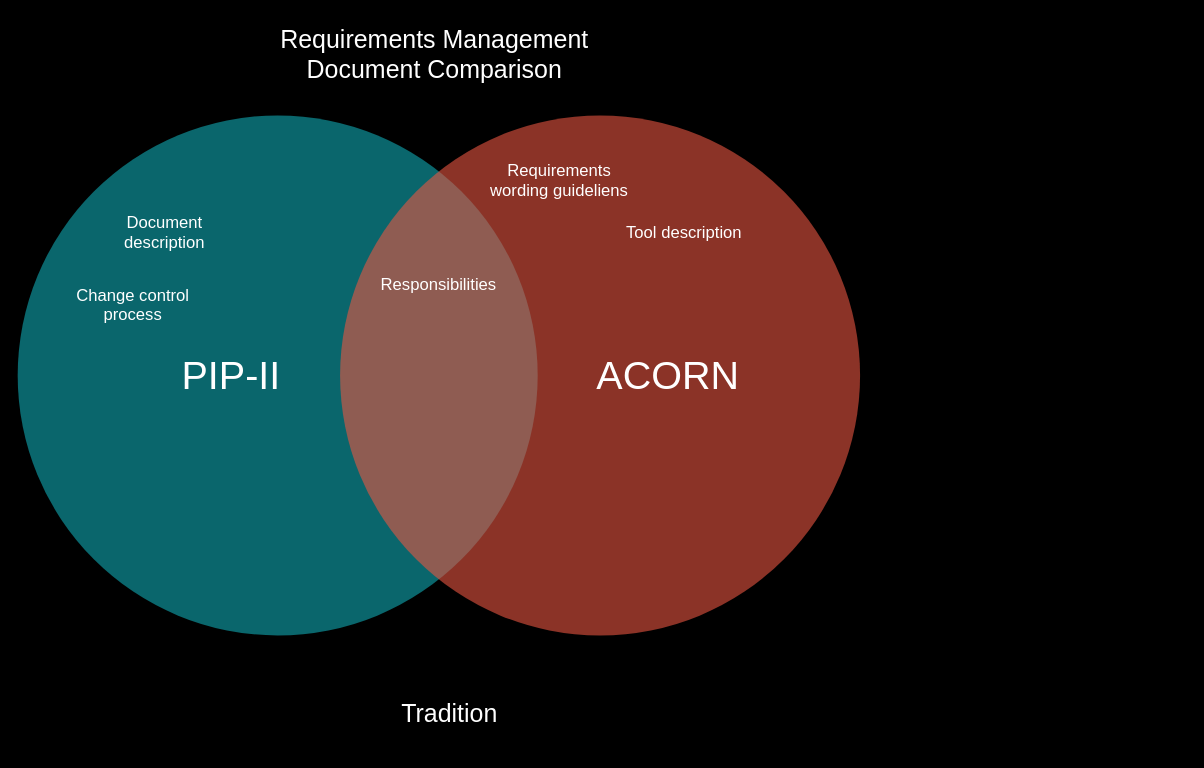
Before: requirements_management_comparison.drawio in awattsFNAL/Drawings, a draw.io diagram. Source tidied: cells renumbered, new cells numbered last; positions are measured from the earlier drawing's top-left corner, leaving out a move shared by most shapes. Both pictures are drawn from the tidied source at 104%, with x=0, y=0 at pixel (18, 18).
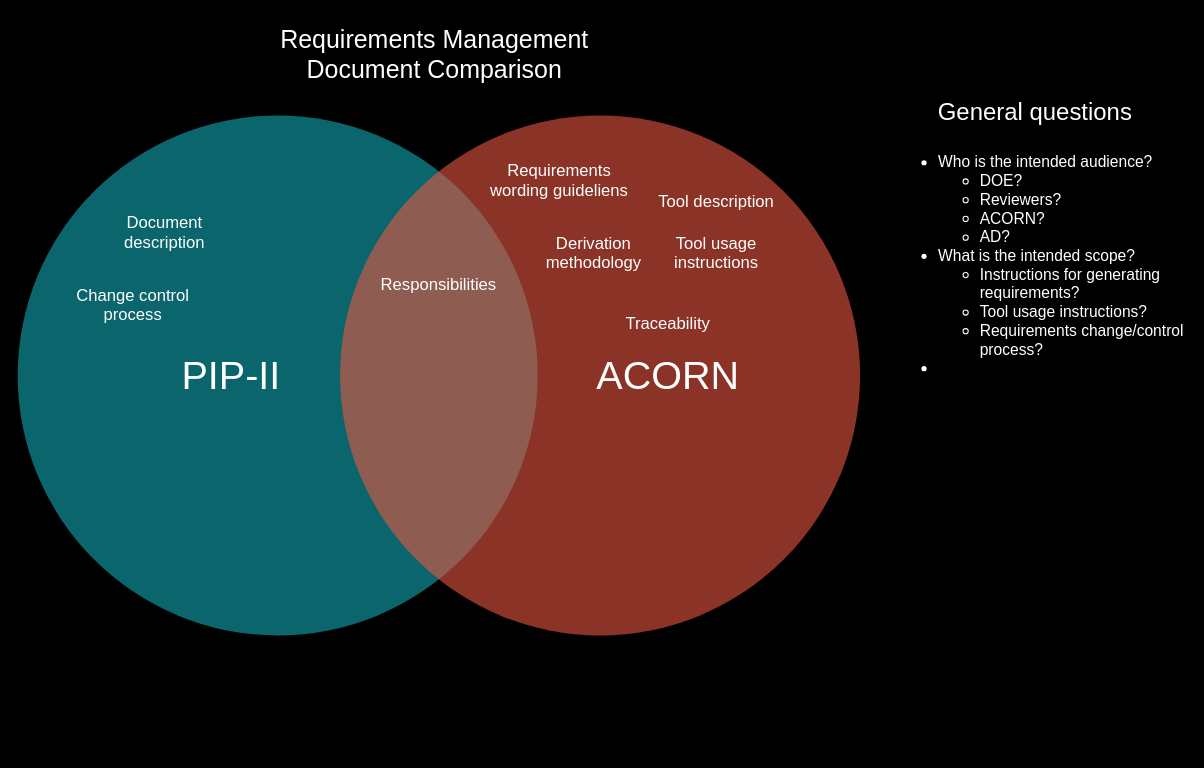
The same page after the edit.

Diff of the diagram source:
```diff
@@
 <mxGraphModel background="#000000">
   <root>
     <mxCell id="0" />
     <mxCell id="1" parent="0" />
     <mxCell id="2" style="ellipse;fillColor=#12AAB5;opacity=60;strokeColor=none;html=1;fontColor=#FFFFFF;whiteSpace=wrap;" parent="1" vertex="1">
       <mxGeometry x="-0.5" y="93.5" width="500" height="500" as="geometry" />
     </mxCell>
     <mxCell id="3" style="ellipse;fillColor=#e85642;opacity=60;strokeColor=none;html=1;fontColor=#FFFFFF;whiteSpace=wrap;" parent="1" vertex="1">
       <mxGeometry x="309.5" y="93.5" width="500" height="500" as="geometry" />
     </mxCell>
     <mxCell id="4" value="PIP-II" style="text;fontSize=38;align=center;verticalAlign=middle;html=1;fontColor=#FFFFFF;whiteSpace=wrap;" parent="1" vertex="1">
       <mxGeometry x="110" y="308.5" width="190" height="70" as="geometry" />
     </mxCell>
     <mxCell id="5" value="ACORN" style="text;fontSize=38;align=center;verticalAlign=middle;html=1;fontColor=#FFFFFF;whiteSpace=wrap;" parent="1" vertex="1">
       <mxGeometry x="530" y="308.5" width="190" height="70" as="geometry" />
     </mxCell>
-    <mxCell id="6" value="Tradition" style="text;fontSize=24;align=center;verticalAlign=middle;html=1;fontColor=#FFFFFF;whiteSpace=wrap;" parent="1" vertex="1">
-      <mxGeometry x="319.5" y="633.5" width="190" height="70" as="geometry" />
+    <mxCell id="6" value="&lt;div style=&quot;font-size: 15px;&quot;&gt;&lt;ul style=&quot;font-size: 15px;&quot;&gt;&lt;li style=&quot;font-size: 15px;&quot;&gt;Who is the intended audience?&lt;/li&gt;&lt;ul&gt;&lt;li style=&quot;font-size: 15px;&quot;&gt;DOE?&lt;/li&gt;&lt;li style=&quot;font-size: 15px;&quot;&gt;Reviewers?&lt;br&gt;&lt;/li&gt;&lt;li style=&quot;font-size: 15px;&quot;&gt;ACORN?&lt;/li&gt;&lt;li style=&quot;font-size: 15px;&quot;&gt;AD?&lt;br&gt;&lt;/li&gt;&lt;/ul&gt;&lt;li style=&quot;font-size: 15px;&quot;&gt;What is the intended scope?&lt;/li&gt;&lt;ul&gt;&lt;li style=&quot;font-size: 15px;&quot;&gt;Instructions for generating requirements?&lt;/li&gt;&lt;li style=&quot;font-size: 15px;&quot;&gt;Tool usage instructions?&lt;/li&gt;&lt;li style=&quot;font-size: 15px;&quot;&gt;Requirements change/control process?&lt;br&gt;&lt;/li&gt;&lt;/ul&gt;&lt;li style=&quot;font-size: 15px;&quot;&gt;&lt;br style=&quot;font-size: 15px;&quot;&gt;&lt;/li&gt;&lt;/ul&gt;&lt;/div&gt;" style="text;fontSize=15;align=left;verticalAlign=top;html=1;fontColor=#FFFFFF;whiteSpace=wrap;" parent="1" vertex="1">
+      <mxGeometry x="843" y="108.2" width="280" height="320" as="geometry" />
     </mxCell>
     <mxCell id="7" value="Document description" style="text;align=center;html=1;fontColor=#FFFFFF;fontSize=16;whiteSpace=wrap;" parent="1" vertex="1">
       <mxGeometry x="80.5" y="180" width="119.5" height="36.5" as="geometry" />
     </mxCell>
     <mxCell id="8" value="Tool description" style="text;align=center;html=1;fontColor=#FFFFFF;fontSize=16;whiteSpace=wrap;" parent="1" vertex="1">
-      <mxGeometry x="570" y="190" width="140.5" height="30" as="geometry" />
+      <mxGeometry x="600.5" y="160" width="140.5" height="30" as="geometry" />
     </mxCell>
     <mxCell id="9" value="Responsibilities" style="text;align=center;html=1;fontColor=#FFFFFF;fontSize=16;whiteSpace=wrap;" parent="1" vertex="1">
       <mxGeometry x="344" y="240" width="120.5" height="36.5" as="geometry" />
     </mxCell>
     <mxCell id="10" value="Requirements Management Document Comparison" style="text;fontSize=24;align=center;verticalAlign=middle;html=1;fontColor=#FFFFFF;whiteSpace=wrap;" parent="1" vertex="1">
       <mxGeometry x="200" width="400.5" height="70" as="geometry" />
     </mxCell>
     <mxCell id="11" value="Requirements wording guideliens" style="text;align=center;html=1;fontColor=#FFFFFF;fontSize=16;whiteSpace=wrap;" parent="1" vertex="1">
       <mxGeometry x="450" y="130" width="140.5" height="30" as="geometry" />
     </mxCell>
     <mxCell id="12" value="Change control process" style="text;align=center;html=1;fontColor=#FFFFFF;fontSize=16;whiteSpace=wrap;" parent="1" vertex="1">
       <mxGeometry x="50" y="250" width="120.5" height="36.5" as="geometry" />
     </mxCell>
+    <mxCell id="13" value="Derivation methodology" style="text;align=center;html=1;fontColor=#FFFFFF;fontSize=16;whiteSpace=wrap;" parent="1" vertex="1">
+      <mxGeometry x="483" y="200" width="140.5" height="30" as="geometry" />
+    </mxCell>
+    <mxCell id="14" value="&lt;div align=&quot;center&quot; style=&quot;font-size: 23px;&quot;&gt;General questions&lt;/div&gt;" style="text;whiteSpace=wrap;html=1;fontColor=#FFFFFF;align=center;" parent="1" vertex="1">
+      <mxGeometry x="873" y="70" width="210" height="40" as="geometry" />
+    </mxCell>
+    <mxCell id="15" value="Tool usage instructions" style="text;align=center;html=1;fontColor=#FFFFFF;fontSize=16;whiteSpace=wrap;" parent="1" vertex="1">
+      <mxGeometry x="600.5" y="200" width="140.5" height="30" as="geometry" />
+    </mxCell>
+    <mxCell id="16" value="Traceability" style="text;align=center;html=1;fontColor=#FFFFFF;fontSize=16;whiteSpace=wrap;" parent="1" vertex="1">
+      <mxGeometry x="560" y="276.5" width="130" height="30" as="geometry" />
+    </mxCell>
   </root>
 </mxGraphModel>
```
